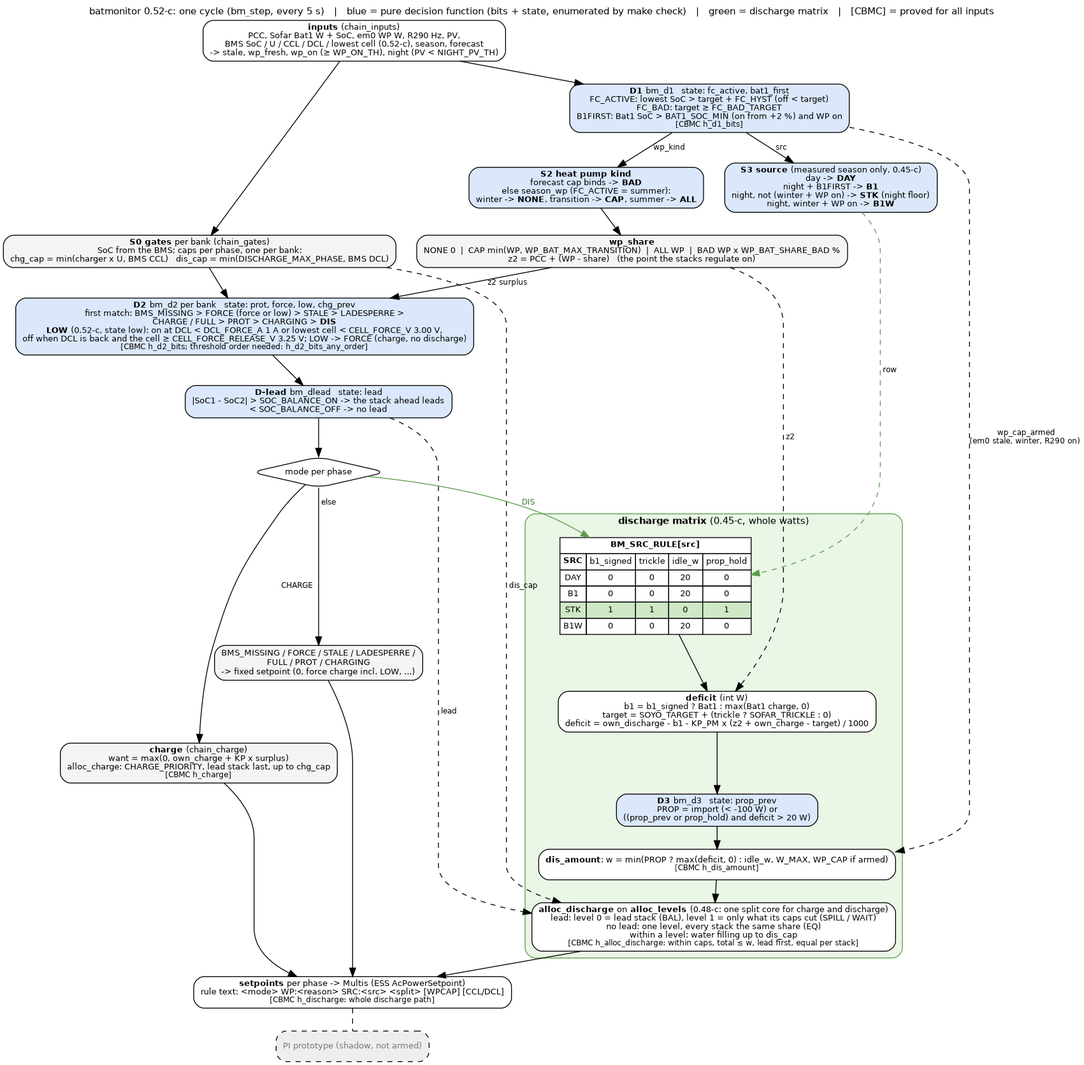
This is docs/discharge_flow.png from gerontec/victron, a Graphviz export, as it was before one commit. Its source is kept beside it as docs/discharge_flow.dot.
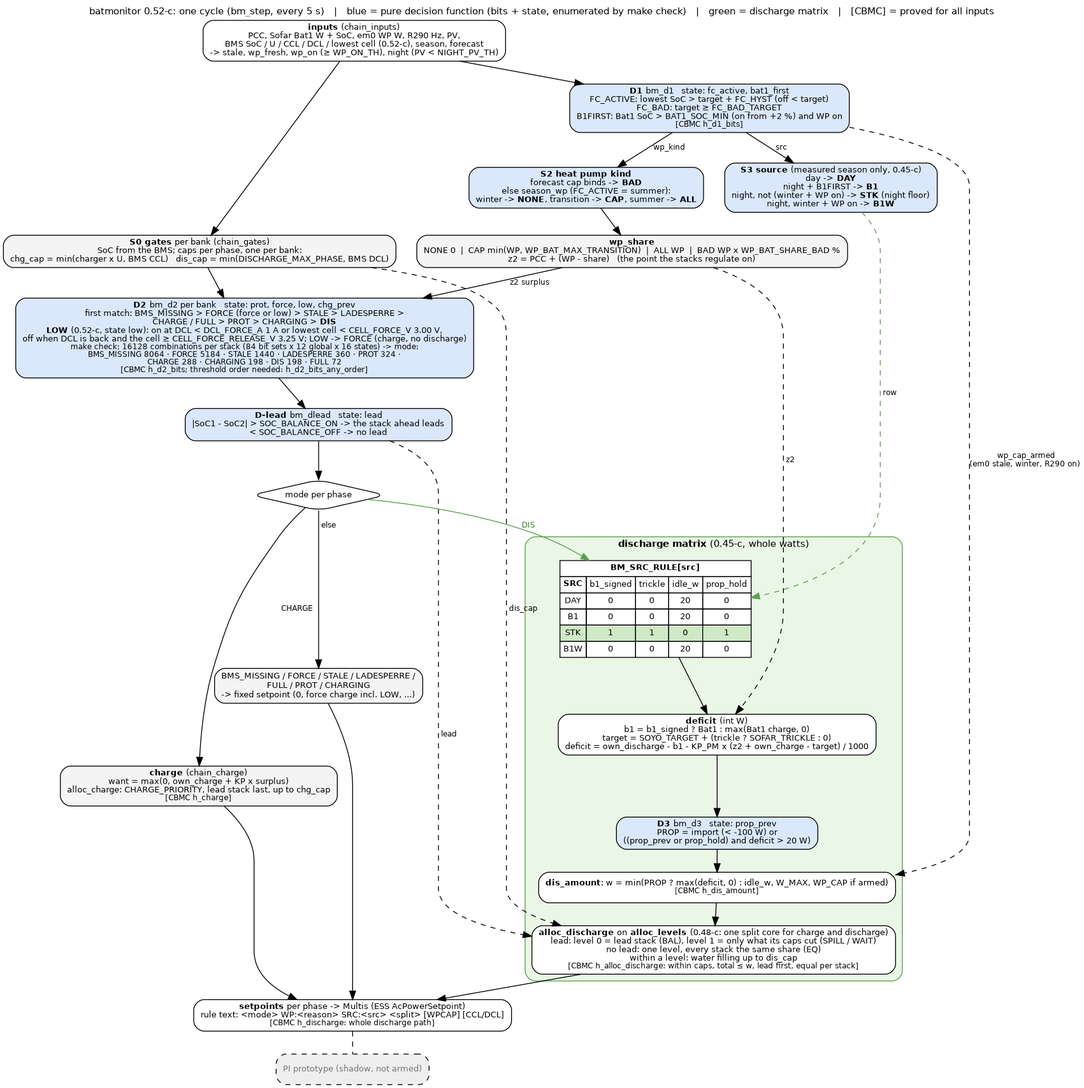
The same diagram one commit later.

Commit message:
docs: D2 boxes of the three flow charts labelled with the make check counts per stack (16128 -> nine modes)

Change to the diagram source:
```diff
@@ -17,7 +17,7 @@
 
 	gates [label=<<b>S0 gates</b> per bank (chain_gates)<br/>SoC from the BMS; caps per phase, one per bank:<br/>chg_cap = min(charger x U, BMS CCL)   dis_cap = min(DISCHARGE_MAX_PHASE, BMS DCL)>];
 
-	d2 [label=<<b>D2</b> bm_d2 per bank   state: prot, force, low, chg_prev<br/>first match: BMS_MISSING &gt; FORCE (force or low) &gt; STALE &gt; LADESPERRE &gt;<br/>CHARGE / FULL &gt; PROT &gt; CHARGING &gt; <b>DIS</b><br/><b>LOW</b> (0.52-c, state low): on at DCL &lt; DCL_FORCE_A 1 A or lowest cell &lt; CELL_FORCE_V 3.00 V,<br/>off when DCL is back and the cell &ge; CELL_FORCE_RELEASE_V 3.25 V; LOW -&gt; FORCE (charge, no discharge)<br/><font point-size="9">[CBMC h_d2_bits; threshold order needed: h_d2_bits_any_order]</font>>, fillcolor="#dbe8fb"];
+	d2 [label=<<b>D2</b> bm_d2 per bank   state: prot, force, low, chg_prev<br/>first match: BMS_MISSING &gt; FORCE (force or low) &gt; STALE &gt; LADESPERRE &gt;<br/>CHARGE / FULL &gt; PROT &gt; CHARGING &gt; <b>DIS</b><br/><b>LOW</b> (0.52-c, state low): on at DCL &lt; DCL_FORCE_A 1 A or lowest cell &lt; CELL_FORCE_V 3.00 V,<br/>off when DCL is back and the cell &ge; CELL_FORCE_RELEASE_V 3.25 V; LOW -&gt; FORCE (charge, no discharge)<br/><font point-size="9">make check: 16128 combinations per stack (84 bit sets x 12 global x 16 states) -&gt; mode:<br/>BMS_MISSING 8064 · FORCE 5184 · STALE 1440 · LADESPERRE 360 · PROT 324 ·<br/>CHARGE 288 · CHARGING 198 · DIS 198 · FULL 72</font><br/><font point-size="9">[CBMC h_d2_bits; threshold order needed: h_d2_bits_any_order]</font>>, fillcolor="#dbe8fb"];
 
 	lead [label=<<b>D-lead</b> bm_dlead   state: lead<br/>|SoC1 - SoC2| &gt; SOC_BALANCE_ON -&gt; the stack ahead leads<br/>&lt; SOC_BALANCE_OFF -&gt; no lead>, fillcolor="#dbe8fb"];
 
```
